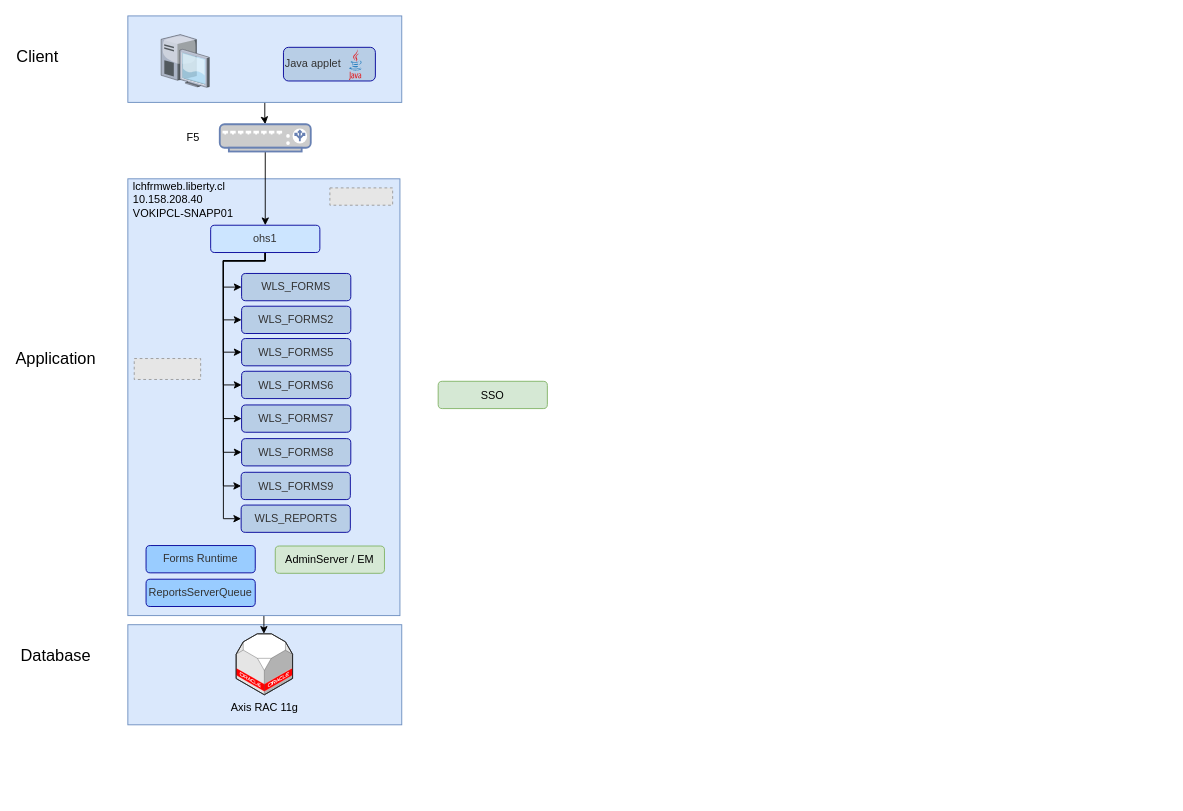
Before: Untitled Diagram.drawio in albertitors/draw.io, a draw.io diagram. Source tidied: cells renumbered, new cells numbered last; positions are measured from the earlier drawing's top-left corner, leaving out a move shared by most shapes. Both pictures are drawn from the tidied source at 91%, with x=0, y=0 at pixel (19, 15). Pictures stored in the file or linked from it are replaced by grey dashed boxes.
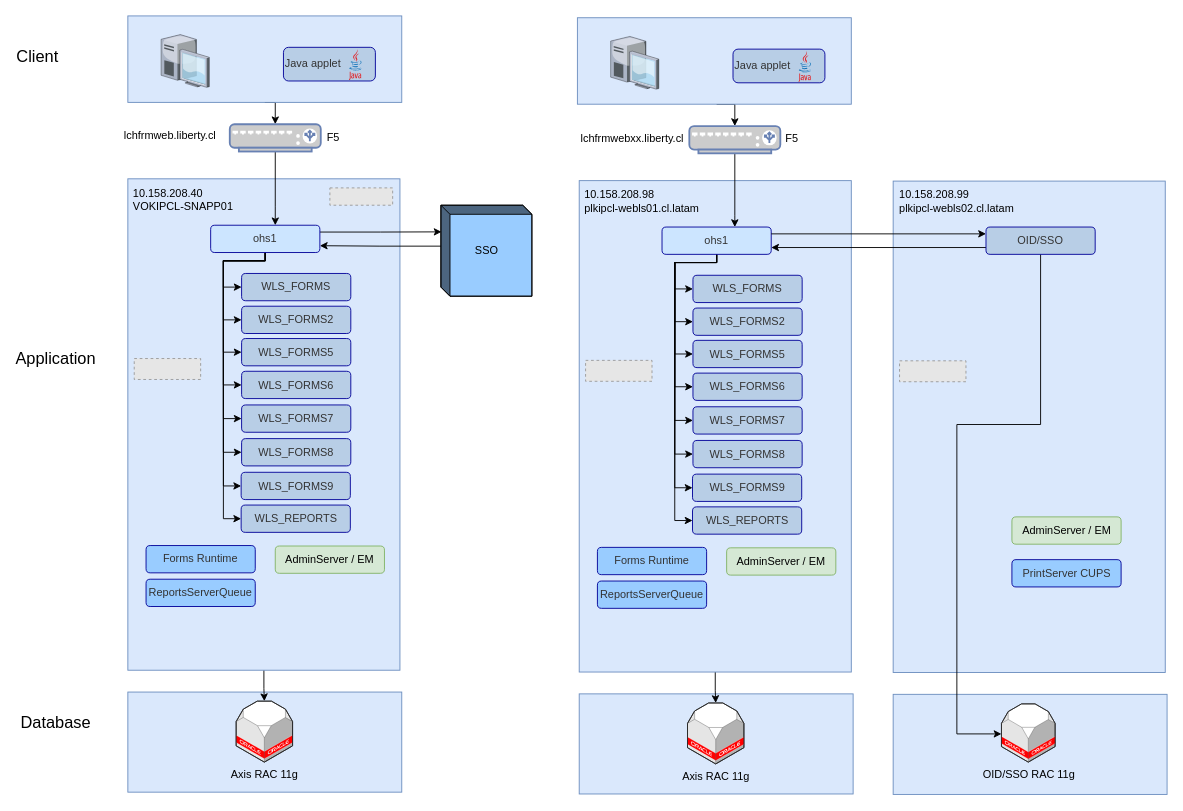
Above is the later version.

The change refers to these unchanged cells:
```xml
<mxCell id="4" style="rounded=0;whiteSpace=wrap;html=1;fillColor=#dae8fc;strokeColor=#6c8ebf;" parent="1" vertex="1">
  <mxGeometry x="119" width="301" height="95" as="geometry" />
</mxCell>
<mxCell id="26" value="ohs1&lt;br&gt;" style="rounded=1;whiteSpace=wrap;html=1;fillColor=#CCE5FF;strokeColor=#000099;fontColor=#333333;" parent="1" vertex="1">
  <mxGeometry x="210" y="230" width="120" height="30" as="geometry" />
</mxCell>
```

Diff of the diagram source:
```diff
@@
     <mxCell id="2" style="rounded=0;whiteSpace=wrap;html=1;fillColor=#dae8fc;strokeColor=#6c8ebf;" parent="1" vertex="1">
-      <mxGeometry x="119" y="669" width="301" height="110" as="geometry" />
+      <mxGeometry x="119" y="743" width="301" height="110" as="geometry" />
     </mxCell>
-    <mxCell id="3" style="edgeStyle=orthogonalEdgeStyle;rounded=0;jettySize=auto;html=1;fontSize=18;entryX=0.5;entryY=0;entryDx=0;entryDy=0;entryPerimeter=0;" parent="1" edge="1" source="4" target="38">
+    <mxCell id="3" style="edgeStyle=orthogonalEdgeStyle;rounded=0;jettySize=auto;html=1;exitX=0.5;exitY=1;exitDx=0;exitDy=0;entryX=0.5;entryY=0;entryDx=0;entryDy=0;entryPerimeter=0;" parent="1" edge="1" source="4" target="38">
       <mxGeometry relative="1" as="geometry" />
     </mxCell>
@@
     <mxCell id="6" style="rounded=0;whiteSpace=wrap;html=1;fillColor=#dae8fc;strokeColor=#6c8ebf;" parent="1" vertex="1">
-      <mxGeometry x="119" y="179" width="299" height="480" as="geometry" />
+      <mxGeometry x="119" y="179" width="299" height="540" as="geometry" />
     </mxCell>
@@
     <mxCell id="8" value="Axis RAC 11g" style="verticalLabelPosition=bottom;html=1;verticalAlign=top;strokeWidth=1;align=center;outlineConnect=0;dashed=0;outlineConnect=0;shape=mxgraph.aws3d.oracleDbServer;fillColor=#ffffff;strokeColor=#5E5E5E;" parent="1" vertex="1">
-      <mxGeometry x="238" y="679" width="62" height="67" as="geometry" />
+      <mxGeometry x="238" y="753" width="62" height="67" as="geometry" />
     </mxCell>
@@
+    <mxCell id="41" style="edgeStyle=orthogonalEdgeStyle;rounded=0;jettySize=auto;html=1;exitX=1;exitY=0.25;exitDx=0;exitDy=0;entryX=0.007;entryY=0.293;entryDx=0;entryDy=0;entryPerimeter=0;" parent="1" edge="1" source="26" target="30">
+      <mxGeometry relative="1" as="geometry" />
+    </mxCell>
@@
-    <mxCell id="29" value="&lt;span&gt;lchfrmweb.liberty.cl&lt;br&gt;10.158.208.40&lt;br&gt;&lt;/span&gt;VOKIPCL-SNAPP01" style="text;html=1;strokeColor=none;fillColor=none;align=left;verticalAlign=middle;whiteSpace=wrap;rounded=0;" parent="1" vertex="1">
+    <mxCell id="29" value="&lt;span&gt;10.158.208.40&lt;br&gt;&lt;/span&gt;VOKIPCL-SNAPP01" style="text;html=1;strokeColor=none;fillColor=none;align=left;verticalAlign=middle;whiteSpace=wrap;rounded=0;" parent="1" vertex="1">
       <mxGeometry x="123" y="177" width="287" height="50" as="geometry" />
     </mxCell>
-    <mxCell id="30" value="SSO&lt;br&gt;" style="rounded=1;whiteSpace=wrap;html=1;fillColor=#d5e8d4;strokeColor=#82b366;" parent="1" vertex="1">
-      <mxGeometry x="460" y="401.5" width="120" height="30" as="geometry" />
-    </mxCell>
@@
     <mxCell id="36" value="Database&lt;br style=&quot;font-size: 18px;&quot;&gt;" style="text;html=1;strokeColor=none;fillColor=none;align=center;verticalAlign=middle;whiteSpace=wrap;rounded=0;fontSize=18;" parent="1" vertex="1">
-      <mxGeometry x="20" y="692.5" width="40" height="20" as="geometry" />
+      <mxGeometry x="20" y="766.5" width="40" height="20" as="geometry" />
     </mxCell>
     <mxCell id="37" style="edgeStyle=orthogonalEdgeStyle;rounded=0;jettySize=auto;html=1;exitX=0.5;exitY=1;exitDx=0;exitDy=0;exitPerimeter=0;" parent="1" edge="1" source="38" target="26">
-      <mxGeometry relative="1" as="geometry" />
+      <mxGeometry relative="1" as="geometry">
+        <Array as="points">
+          <mxPoint x="281" y="209" />
+          <mxPoint x="281" y="209" />
+        </Array>
+      </mxGeometry>
     </mxCell>
     <mxCell id="38" style="fontColor=#0066CC;verticalAlign=top;verticalLabelPosition=bottom;labelPosition=center;align=center;html=1;outlineConnect=0;fillColor=#CCCCCC;strokeColor=#6881B3;gradientColor=none;gradientDirection=north;strokeWidth=2;shape=mxgraph.networks.load_balancer;" parent="1" vertex="1">
-      <mxGeometry x="220" y="119" width="100" height="30" as="geometry" />
+      <mxGeometry x="231" y="119" width="100" height="30" as="geometry" />
     </mxCell>
@@
-    <mxCell id="40" value="&lt;span&gt;F5&lt;br&gt;&lt;/span&gt;" style="text;html=1;strokeColor=none;fillColor=none;align=left;verticalAlign=middle;whiteSpace=wrap;rounded=0;" parent="1" vertex="1">
-      <mxGeometry x="182" y="119" width="34" height="30" as="geometry" />
+    <mxCell id="40" value="&lt;span&gt;lchfrmweb.liberty.cl&lt;/span&gt;&lt;span&gt;&lt;br&gt;&lt;/span&gt;" style="text;html=1;strokeColor=none;fillColor=none;align=left;verticalAlign=middle;whiteSpace=wrap;rounded=0;" parent="1" vertex="1">
+      <mxGeometry x="113" y="117" width="111" height="30" as="geometry" />
     </mxCell>
+    <mxCell id="42" style="rounded=0;whiteSpace=wrap;html=1;fillColor=#dae8fc;strokeColor=#6c8ebf;" parent="1" vertex="1">
+      <mxGeometry x="615" y="745" width="301" height="110" as="geometry" />
+    </mxCell>
+    <mxCell id="43" style="edgeStyle=orthogonalEdgeStyle;rounded=0;jettySize=auto;html=1;fontSize=18;entryX=0.5;entryY=0;entryDx=0;entryDy=0;entryPerimeter=0;" parent="1" edge="1" target="69">
+      <mxGeometry relative="1" as="geometry">
+        <mxPoint x="766" y="97" as="sourcePoint" />
+      </mxGeometry>
+    </mxCell>
+    <mxCell id="44" style="edgeStyle=orthogonalEdgeStyle;rounded=0;jettySize=auto;html=1;exitX=0.5;exitY=1;exitDx=0;exitDy=0;fontSize=18;" parent="1" edge="1" source="45" target="46">
+      <mxGeometry relative="1" as="geometry" />
+    </mxCell>
+    <mxCell id="45" style="rounded=0;whiteSpace=wrap;html=1;fillColor=#dae8fc;strokeColor=#6c8ebf;" parent="1" vertex="1">
+      <mxGeometry x="615" y="181" width="299" height="540" as="geometry" />
+    </mxCell>
+    <mxCell id="46" value="Axis RAC 11g" style="verticalLabelPosition=bottom;html=1;verticalAlign=top;strokeWidth=1;align=center;outlineConnect=0;dashed=0;outlineConnect=0;shape=mxgraph.aws3d.oracleDbServer;fillColor=#ffffff;strokeColor=#5E5E5E;" parent="1" vertex="1">
+      <mxGeometry x="734" y="755" width="62" height="67" as="geometry" />
+    </mxCell>
+    <mxCell id="47" value="AdminServer / EM&lt;br&gt;" style="rounded=1;whiteSpace=wrap;html=1;fillColor=#d5e8d4;strokeColor=#82b366;" parent="1" vertex="1">
+      <mxGeometry x="777" y="584.5" width="120" height="30" as="geometry" />
+    </mxCell>
+    <mxCell id="48" value="WLS_FORMS" style="rounded=1;whiteSpace=wrap;html=1;fillColor=#B8CEE6;strokeColor=#000099;fontColor=#333333;" parent="1" vertex="1">
+      <mxGeometry x="740" y="285" width="120" height="30" as="geometry" />
+    </mxCell>
+    <mxCell id="49" value="WLS_FORMS2&lt;br&gt;" style="rounded=1;whiteSpace=wrap;html=1;fillColor=#B8CEE6;strokeColor=#000099;fontColor=#333333;" parent="1" vertex="1">
+      <mxGeometry x="740" y="321" width="120" height="30" as="geometry" />
+    </mxCell>
+    <mxCell id="50" value="WLS_FORMS5" style="rounded=1;whiteSpace=wrap;html=1;fillColor=#B8CEE6;strokeColor=#000099;fontColor=#333333;" parent="1" vertex="1">
+      <mxGeometry x="740" y="356.5" width="120" height="30" as="geometry" />
+    </mxCell>
+    <mxCell id="51" value="WLS_FORMS6" style="rounded=1;whiteSpace=wrap;html=1;fillColor=#B8CEE6;strokeColor=#000099;fontColor=#333333;" parent="1" vertex="1">
+      <mxGeometry x="740" y="392.5" width="120" height="30" as="geometry" />
+    </mxCell>
+    <mxCell id="52" value="WLS_FORMS7" style="rounded=1;whiteSpace=wrap;html=1;fillColor=#B8CEE6;strokeColor=#000099;fontColor=#333333;" parent="1" vertex="1">
+      <mxGeometry x="740" y="429.5" width="120" height="30" as="geometry" />
+    </mxCell>
+    <mxCell id="53" value="WLS_FORMS8" style="rounded=1;whiteSpace=wrap;html=1;fillColor=#B8CEE6;strokeColor=#000099;fontColor=#333333;" parent="1" vertex="1">
+      <mxGeometry x="740" y="466.5" width="120" height="30" as="geometry" />
+    </mxCell>
+    <mxCell id="54" value="WLS_FORMS9" style="rounded=1;whiteSpace=wrap;html=1;fillColor=#B8CEE6;strokeColor=#000099;fontColor=#333333;" parent="1" vertex="1">
+      <mxGeometry x="739.5" y="503.5" width="120" height="30" as="geometry" />
+    </mxCell>
+    <mxCell id="55" value="WLS_REPORTS" style="rounded=1;whiteSpace=wrap;html=1;fillColor=#B8CEE6;strokeColor=#000099;fontColor=#333333;" parent="1" vertex="1">
+      <mxGeometry x="739.5" y="539.5" width="120" height="30" as="geometry" />
+    </mxCell>
+    <mxCell id="56" style="edgeStyle=orthogonalEdgeStyle;rounded=0;jettySize=auto;html=1;exitX=0.5;exitY=1;exitDx=0;exitDy=0;entryX=0;entryY=0.5;entryDx=0;entryDy=0;" parent="1" edge="1" source="64" target="48">
+      <mxGeometry relative="1" as="geometry">
+        <Array as="points">
+          <mxPoint x="766" y="271" />
+          <mxPoint x="720" y="271" />
+          <mxPoint x="720" y="300" />
+        </Array>
+      </mxGeometry>
+    </mxCell>
+    <mxCell id="57" style="edgeStyle=orthogonalEdgeStyle;rounded=0;jettySize=auto;html=1;exitX=0.5;exitY=1;exitDx=0;exitDy=0;entryX=0;entryY=0.5;entryDx=0;entryDy=0;" parent="1" edge="1" source="64" target="49">
+      <mxGeometry relative="1" as="geometry">
+        <Array as="points">
+          <mxPoint x="766" y="271" />
+          <mxPoint x="720" y="271" />
+          <mxPoint x="720" y="336" />
+        </Array>
+      </mxGeometry>
+    </mxCell>
+    <mxCell id="58" style="edgeStyle=orthogonalEdgeStyle;rounded=0;jettySize=auto;html=1;exitX=0.5;exitY=1;exitDx=0;exitDy=0;entryX=0;entryY=0.5;entryDx=0;entryDy=0;" parent="1" edge="1" source="64" target="50">
+      <mxGeometry relative="1" as="geometry">
+        <Array as="points">
+          <mxPoint x="766" y="271" />
+          <mxPoint x="720" y="271" />
+          <mxPoint x="720" y="372" />
+        </Array>
+      </mxGeometry>
+    </mxCell>
+    <mxCell id="59" style="edgeStyle=orthogonalEdgeStyle;rounded=0;jettySize=auto;html=1;exitX=0.5;exitY=1;exitDx=0;exitDy=0;entryX=0;entryY=0.5;entryDx=0;entryDy=0;" parent="1" edge="1" source="64" target="51">
+      <mxGeometry relative="1" as="geometry">
+        <Array as="points">
+          <mxPoint x="766" y="271" />
+          <mxPoint x="720" y="271" />
+          <mxPoint x="720" y="408" />
+        </Array>
+      </mxGeometry>
+    </mxCell>
+    <mxCell id="60" style="edgeStyle=orthogonalEdgeStyle;rounded=0;jettySize=auto;html=1;exitX=0.5;exitY=1;exitDx=0;exitDy=0;entryX=0;entryY=0.5;entryDx=0;entryDy=0;" parent="1" edge="1" source="64" target="52">
+      <mxGeometry relative="1" as="geometry">
+        <Array as="points">
+          <mxPoint x="766" y="271" />
+          <mxPoint x="720" y="271" />
+          <mxPoint x="720" y="445" />
+        </Array>
+      </mxGeometry>
+    </mxCell>
+    <mxCell id="61" style="edgeStyle=orthogonalEdgeStyle;rounded=0;jettySize=auto;html=1;exitX=0.5;exitY=1;exitDx=0;exitDy=0;entryX=0;entryY=0.5;entryDx=0;entryDy=0;" parent="1" edge="1" source="64" target="53">
+      <mxGeometry relative="1" as="geometry">
+        <Array as="points">
+          <mxPoint x="766" y="271" />
+          <mxPoint x="720" y="271" />
+          <mxPoint x="720" y="482" />
+        </Array>
+      </mxGeometry>
+    </mxCell>
+    <mxCell id="62" style="edgeStyle=orthogonalEdgeStyle;rounded=0;jettySize=auto;html=1;exitX=0.5;exitY=1;exitDx=0;exitDy=0;entryX=0;entryY=0.5;entryDx=0;entryDy=0;" parent="1" edge="1" source="64" target="54">
+      <mxGeometry relative="1" as="geometry">
+        <Array as="points">
+          <mxPoint x="766" y="271" />
+          <mxPoint x="720" y="271" />
+          <mxPoint x="720" y="519" />
+        </Array>
+      </mxGeometry>
+    </mxCell>
+    <mxCell id="63" style="edgeStyle=orthogonalEdgeStyle;rounded=0;jettySize=auto;html=1;exitX=0.5;exitY=1;exitDx=0;exitDy=0;entryX=0;entryY=0.5;entryDx=0;entryDy=0;" parent="1" edge="1" source="64" target="55">
+      <mxGeometry relative="1" as="geometry">
+        <Array as="points">
+          <mxPoint x="766" y="271" />
+          <mxPoint x="720" y="271" />
+          <mxPoint x="720" y="555" />
+        </Array>
+      </mxGeometry>
+    </mxCell>
+    <mxCell id="64" value="ohs1&lt;br&gt;" style="rounded=1;whiteSpace=wrap;html=1;fillColor=#CCE5FF;strokeColor=#000099;fontColor=#333333;" parent="1" vertex="1">
+      <mxGeometry x="706" y="232" width="120" height="30" as="geometry" />
+    </mxCell>
+    <mxCell id="65" value="Forms Runtime" style="rounded=1;whiteSpace=wrap;html=1;fillColor=#99CCFF;strokeColor=#000099;fontColor=#333333;" parent="1" vertex="1">
+      <mxGeometry x="635" y="584" width="120" height="30" as="geometry" />
+    </mxCell>
+    <mxCell id="66" value="ReportsServerQueue&lt;br&gt;" style="rounded=1;whiteSpace=wrap;html=1;fillColor=#99CCFF;strokeColor=#000099;fontColor=#333333;" parent="1" vertex="1">
+      <mxGeometry x="635" y="621" width="120" height="30" as="geometry" />
+    </mxCell>
+    <mxCell id="67" value="&lt;span&gt;10.158.208.98&lt;br&gt;&lt;/span&gt;plkipcl-webls01.cl.latam" style="text;html=1;strokeColor=none;fillColor=none;align=left;verticalAlign=middle;whiteSpace=wrap;rounded=0;" parent="1" vertex="1">
+      <mxGeometry x="619" y="179" width="287" height="50" as="geometry" />
+    </mxCell>
+    <mxCell id="68" style="edgeStyle=orthogonalEdgeStyle;rounded=0;jettySize=auto;html=1;exitX=0.5;exitY=1;exitDx=0;exitDy=0;exitPerimeter=0;" parent="1" edge="1" source="69" target="64">
+      <mxGeometry relative="1" as="geometry">
+        <Array as="points">
+          <mxPoint x="786" y="219" />
+          <mxPoint x="786" y="219" />
+        </Array>
+      </mxGeometry>
+    </mxCell>
+    <mxCell id="69" style="fontColor=#0066CC;verticalAlign=top;verticalLabelPosition=bottom;labelPosition=center;align=center;html=1;outlineConnect=0;fillColor=#CCCCCC;strokeColor=#6881B3;gradientColor=none;gradientDirection=north;strokeWidth=2;shape=mxgraph.networks.load_balancer;" parent="1" vertex="1">
+      <mxGeometry x="736" y="121" width="100" height="30" as="geometry" />
+    </mxCell>
+    <mxCell id="70" style="fillColor=#E6E6E6;strokeColor=#999999;dashed=1;verticalLabelPosition=bottom;verticalAlign=top;fontSize=18;align=left;" parent="1" vertex="1">
+      <mxGeometry x="622" y="378.5" width="73" height="23" as="geometry" />
+    </mxCell>
+    <mxCell id="71" value="lchfrmwebxx.liberty.cl&lt;span&gt;&lt;br&gt;&lt;/span&gt;" style="text;html=1;strokeColor=none;fillColor=none;align=left;verticalAlign=middle;whiteSpace=wrap;rounded=0;" parent="1" vertex="1">
+      <mxGeometry x="615" y="120" width="102" height="30" as="geometry" />
+    </mxCell>
+    <mxCell id="72" style="rounded=0;whiteSpace=wrap;html=1;fillColor=#dae8fc;strokeColor=#6c8ebf;" parent="1" vertex="1">
+      <mxGeometry x="613" y="2" width="301" height="95" as="geometry" />
+    </mxCell>
+    <mxCell id="73" style="verticalLabelPosition=bottom;html=1;verticalAlign=top;strokeColor=none;align=center;shape=mxgraph.citrix.desktop;" parent="1" vertex="1">
+      <mxGeometry x="649.5" y="22.5" width="53" height="58" as="geometry" />
+    </mxCell>
+    <mxCell id="74" value="Java applet&lt;br&gt;" style="rounded=1;whiteSpace=wrap;html=1;fillColor=#B8CEE6;strokeColor=#000099;fontColor=#333333;align=left;" parent="1" vertex="1">
+      <mxGeometry x="784" y="36.5" width="101" height="37" as="geometry" />
+    </mxCell>
+    <mxCell id="75" style="dashed=0;html=1;align=center;labelPosition=center;verticalLabelPosition=bottom;verticalAlign=top;shape=mxgraph.weblogos.java;strokeColor=#000099;fillColor=#CCE5FF;" parent="1" vertex="1">
+      <mxGeometry x="856" y="38.5" width="14" height="34" as="geometry" />
+    </mxCell>
+    <mxCell id="76" value="&lt;span&gt;F5&lt;br&gt;&lt;/span&gt;" style="text;html=1;strokeColor=none;fillColor=none;align=center;verticalAlign=middle;whiteSpace=wrap;rounded=0;" parent="1" vertex="1">
+      <mxGeometry x="330" y="124" width="30" height="20" as="geometry" />
+    </mxCell>
+    <mxCell id="77" value="&lt;span&gt;F5&lt;br&gt;&lt;/span&gt;" style="text;html=1;strokeColor=none;fillColor=none;align=center;verticalAlign=middle;whiteSpace=wrap;rounded=0;" parent="1" vertex="1">
+      <mxGeometry x="834" y="125" width="30" height="20" as="geometry" />
+    </mxCell>
+    <mxCell id="78" style="rounded=0;whiteSpace=wrap;html=1;fillColor=#dae8fc;strokeColor=#6c8ebf;" parent="1" vertex="1">
+      <mxGeometry x="960" y="745.5" width="301" height="110" as="geometry" />
+    </mxCell>
+    <mxCell id="79" style="rounded=0;whiteSpace=wrap;html=1;fillColor=#dae8fc;strokeColor=#6c8ebf;" parent="1" vertex="1">
+      <mxGeometry x="960" y="181.5" width="299" height="540" as="geometry" />
+    </mxCell>
+    <mxCell id="80" value="OID/SSO RAC&amp;nbsp;11g" style="verticalLabelPosition=bottom;html=1;verticalAlign=top;strokeWidth=1;align=center;outlineConnect=0;dashed=0;outlineConnect=0;shape=mxgraph.aws3d.oracleDbServer;fillColor=#ffffff;strokeColor=#5E5E5E;" parent="1" vertex="1">
+      <mxGeometry x="1079" y="756" width="59" height="64" as="geometry" />
+    </mxCell>
+    <mxCell id="81" value="AdminServer / EM&lt;br&gt;" style="rounded=1;whiteSpace=wrap;html=1;fillColor=#d5e8d4;strokeColor=#82b366;" parent="1" vertex="1">
+      <mxGeometry x="1090.5" y="550.5" width="120" height="30" as="geometry" />
+    </mxCell>
+    <mxCell id="82" style="edgeStyle=orthogonalEdgeStyle;rounded=0;jettySize=auto;html=1;exitX=0.5;exitY=1;exitDx=0;exitDy=0;" parent="1" edge="1" source="84" target="80">
+      <mxGeometry relative="1" as="geometry">
+        <Array as="points">
+          <mxPoint x="1122" y="449" />
+          <mxPoint x="1030" y="449" />
+          <mxPoint x="1030" y="789" />
+        </Array>
+      </mxGeometry>
+    </mxCell>
+    <mxCell id="83" style="edgeStyle=orthogonalEdgeStyle;rounded=0;jettySize=auto;html=1;exitX=0;exitY=0.75;exitDx=0;exitDy=0;entryX=1;entryY=0.75;entryDx=0;entryDy=0;" parent="1" edge="1" source="84" target="64">
+      <mxGeometry relative="1" as="geometry" />
+    </mxCell>
+    <mxCell id="84" value="OID/SSO&lt;br&gt;" style="rounded=1;whiteSpace=wrap;html=1;fillColor=#B8CEE6;strokeColor=#000099;fontColor=#333333;" parent="1" vertex="1">
+      <mxGeometry x="1062" y="232" width="120" height="30" as="geometry" />
+    </mxCell>
+    <mxCell id="85" style="fillColor=#E6E6E6;strokeColor=#999999;dashed=1;verticalLabelPosition=bottom;verticalAlign=top;fontSize=18;align=left;" parent="1" vertex="1">
+      <mxGeometry x="967" y="379" width="73" height="23" as="geometry" />
+    </mxCell>
+    <mxCell id="86" value="&lt;span&gt;10.158.208.99&lt;br&gt;&lt;/span&gt;plkipcl-webls02.cl.latam" style="text;html=1;strokeColor=none;fillColor=none;align=left;verticalAlign=middle;whiteSpace=wrap;rounded=0;" parent="1" vertex="1">
+      <mxGeometry x="965" y="179" width="287" height="50" as="geometry" />
+    </mxCell>
+    <mxCell id="87" value="PrintServer CUPS&lt;br&gt;" style="rounded=1;whiteSpace=wrap;html=1;fillColor=#99CCFF;strokeColor=#000099;fontColor=#333333;" parent="1" vertex="1">
+      <mxGeometry x="1090.5" y="597.5" width="120" height="30" as="geometry" />
+    </mxCell>
+    <mxCell id="88" style="edgeStyle=orthogonalEdgeStyle;rounded=0;jettySize=auto;html=1;exitX=1;exitY=0.25;exitDx=0;exitDy=0;entryX=0;entryY=0.25;entryDx=0;entryDy=0;" parent="1" edge="1" source="64" target="84">
+      <mxGeometry relative="1" as="geometry" />
+    </mxCell>
+    <mxCell id="89" style="edgeStyle=orthogonalEdgeStyle;rounded=0;jettySize=auto;html=1;exitX=0;exitY=0;exitDx=0;exitDy=45;exitPerimeter=0;entryX=1;entryY=0.75;entryDx=0;entryDy=0;" parent="1" edge="1" source="30" target="26">
+      <mxGeometry relative="1" as="geometry">
+        <Array as="points">
+          <mxPoint x="396" y="253" />
+        </Array>
+      </mxGeometry>
+    </mxCell>
+    <mxCell id="30" value="SSO&lt;br&gt;" style="html=1;dashed=0;whitespace=wrap;shape=mxgraph.dfd.externalEntity;fillColor=#99CCFF;" parent="1" vertex="1">
+      <mxGeometry x="463" y="208" width="100" height="100" as="geometry" />
+    </mxCell>
```
